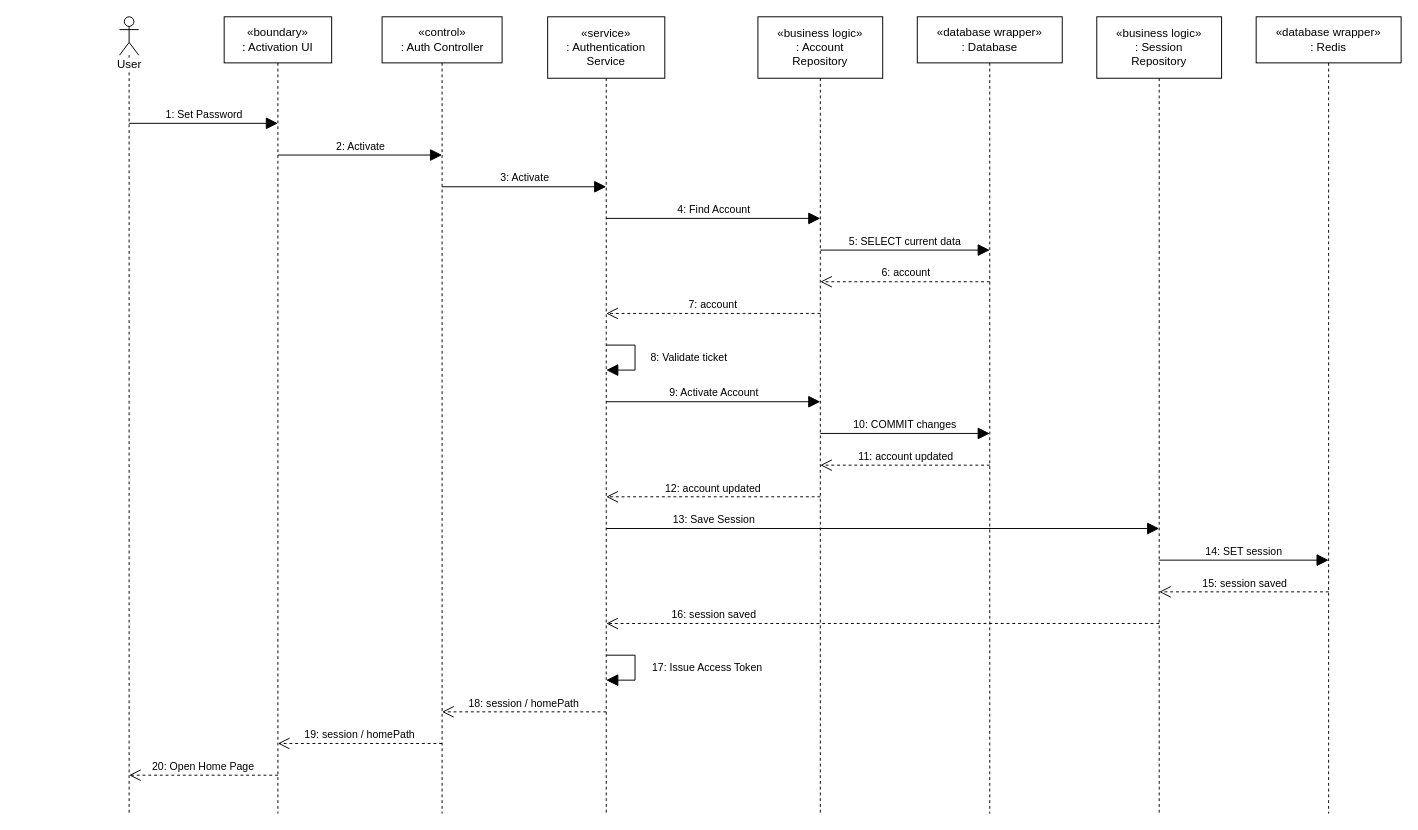
Earlier version of the draw.io diagram page "Activate Account" (1 of 10) of docs/sequence-diagrams.drawio (hygef-v4/AI-Powered-Learning-Platform). Source tidied: cells renumbered, new cells numbered last; positions are measured from the earlier drawing's top-left corner, leaving out a move shared by most shapes. Both pictures are drawn from the tidied source at 96%, with x=0, y=0 at pixel (119, 16).
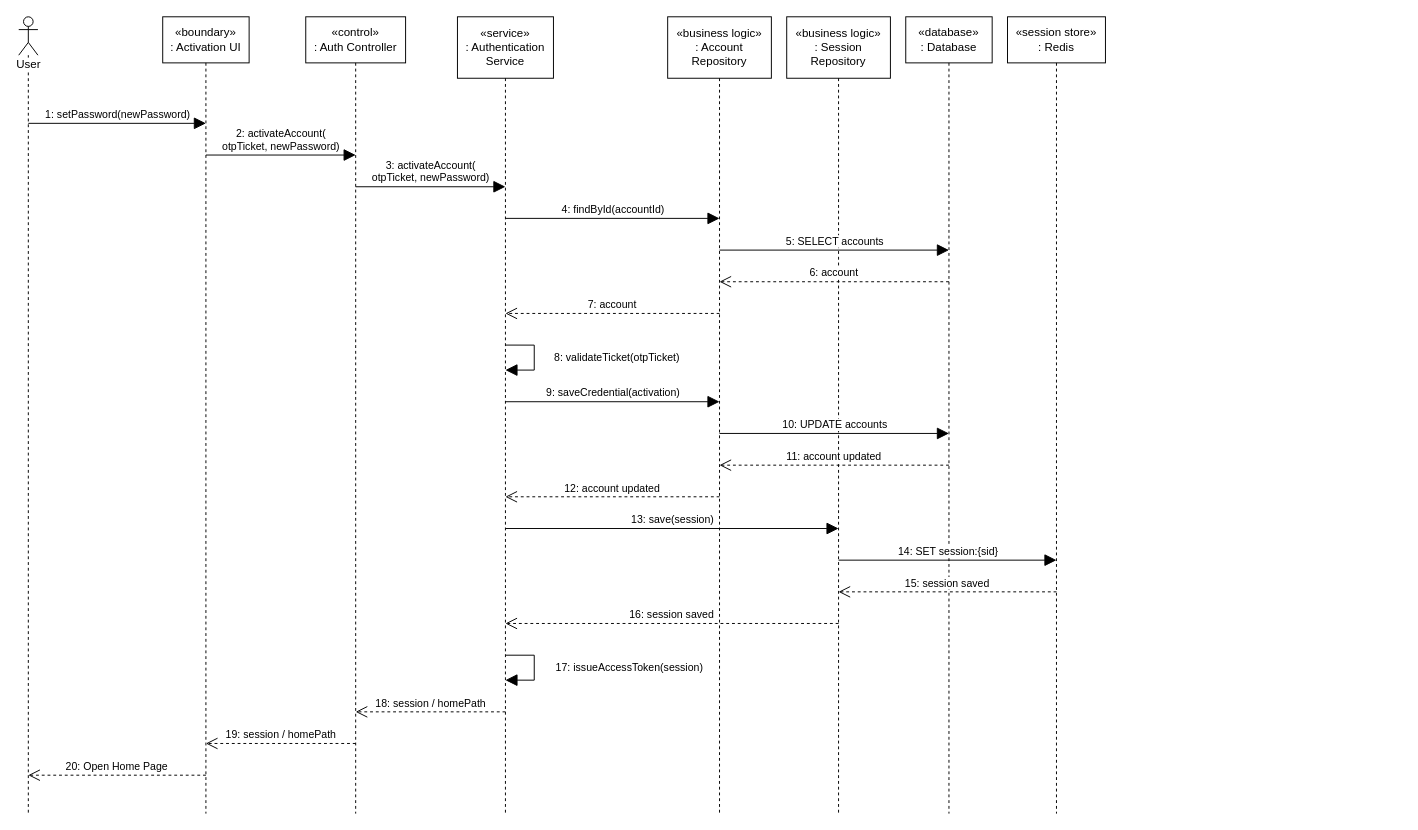
The same page after the edit.

Diff of the diagram source:
```diff
@@
     <mxCell id="2" value="User" style="shape=umlLifeline;participant=umlActor;perimeter=lifelinePerimeter;whiteSpace=nowrap;html=1;verticalAlign=top;spacingTop=36;outlineConnect=0;portConstraint=eastwest;labelBackgroundColor=#ffffff;size=40;fontColor=#000000;strokeColor=#000000;" parent="1" vertex="1">
-      <mxGeometry width="20" height="830" as="geometry" />
+      <mxGeometry x="-105" width="20" height="830" as="geometry" />
     </mxCell>
     <mxCell id="3" value="«boundary»&lt;br&gt;: Activation UI" style="shape=umlLifeline;perimeter=lifelinePerimeter;whiteSpace=wrap;html=1;outlineConnect=0;portConstraint=eastwest;size=48;fontColor=#000000;strokeColor=#000000;" parent="1" vertex="1">
-      <mxGeometry x="109" width="112" height="830" as="geometry" />
+      <mxGeometry x="45" width="90" height="830" as="geometry" />
     </mxCell>
     <mxCell id="4" value="«control»&lt;br&gt;: Auth Controller" style="shape=umlLifeline;perimeter=lifelinePerimeter;whiteSpace=wrap;html=1;outlineConnect=0;portConstraint=eastwest;size=48;fontColor=#000000;strokeColor=#000000;" parent="1" vertex="1">
-      <mxGeometry x="273.5" width="125" height="830" as="geometry" />
+      <mxGeometry x="194" width="104" height="830" as="geometry" />
     </mxCell>
     <mxCell id="5" value="«service»&lt;br&gt;: Authentication&lt;br&gt;Service" style="shape=umlLifeline;perimeter=lifelinePerimeter;whiteSpace=wrap;html=1;outlineConnect=0;portConstraint=eastwest;size=64;fontColor=#000000;strokeColor=#000000;" parent="1" vertex="1">
-      <mxGeometry x="446" width="122" height="830" as="geometry" />
+      <mxGeometry x="352" width="100" height="830" as="geometry" />
     </mxCell>
     <mxCell id="6" value="«business logic»&lt;br&gt;: Account&lt;br&gt;Repository" style="shape=umlLifeline;perimeter=lifelinePerimeter;whiteSpace=wrap;html=1;outlineConnect=0;portConstraint=eastwest;size=64;fontColor=#000000;strokeColor=#000000;" parent="1" vertex="1">
-      <mxGeometry x="665" width="130" height="830" as="geometry" />
+      <mxGeometry x="571" width="108" height="830" as="geometry" />
     </mxCell>
-    <mxCell id="7" value="«database wrapper»&lt;br&gt;: Database" style="shape=umlLifeline;perimeter=lifelinePerimeter;whiteSpace=wrap;html=1;outlineConnect=0;portConstraint=eastwest;size=48;fontColor=#000000;strokeColor=#000000;" parent="1" vertex="1">
-      <mxGeometry x="831" width="151" height="830" as="geometry" />
+    <mxCell id="7" value="«database»&lt;br&gt;: Database" style="shape=umlLifeline;perimeter=lifelinePerimeter;whiteSpace=wrap;html=1;outlineConnect=0;portConstraint=eastwest;size=48;fontColor=#000000;strokeColor=#000000;" parent="1" vertex="1">
+      <mxGeometry x="819" width="90" height="830" as="geometry" />
     </mxCell>
     <mxCell id="8" value="«business logic»&lt;br&gt;: Session&lt;br&gt;Repository" style="shape=umlLifeline;perimeter=lifelinePerimeter;whiteSpace=wrap;html=1;outlineConnect=0;portConstraint=eastwest;size=64;fontColor=#000000;strokeColor=#000000;" parent="1" vertex="1">
-      <mxGeometry x="1018" width="130" height="830" as="geometry" />
+      <mxGeometry x="695" width="108" height="830" as="geometry" />
     </mxCell>
-    <mxCell id="9" value="«database wrapper»&lt;br&gt;: Redis" style="shape=umlLifeline;perimeter=lifelinePerimeter;whiteSpace=wrap;html=1;outlineConnect=0;portConstraint=eastwest;size=48;fontColor=#000000;strokeColor=#000000;" parent="1" vertex="1">
-      <mxGeometry x="1184" width="151" height="830" as="geometry" />
+    <mxCell id="9" value="«session store»&lt;br&gt;: Redis" style="shape=umlLifeline;perimeter=lifelinePerimeter;whiteSpace=wrap;html=1;outlineConnect=0;portConstraint=eastwest;size=48;fontColor=#000000;strokeColor=#000000;" parent="1" vertex="1">
+      <mxGeometry x="925" width="102" height="830" as="geometry" />
     </mxCell>
-    <mxCell id="10" value="1: Set Password" style="html=1;rounded=0;fontSize=11;endSize=10;labelBackgroundColor=none;endArrow=block;endFill=1;verticalAlign=bottom;exitX=0.5;exitY=0.1337;exitDx=0;exitDy=0;exitPerimeter=0;entryX=0.5;entryY=0.1337;entryDx=0;entryDy=0;entryPerimeter=0;fontColor=#000000;strokeColor=#000000;" parent="1" edge="1" source="2" target="3">
+    <mxCell id="10" value="1: setPassword(newPassword)" style="html=1;rounded=0;fontSize=11;endSize=10;labelBackgroundColor=#FFFFFF;endArrow=block;endFill=1;verticalAlign=bottom;exitX=0.5;exitY=0.1337;exitDx=0;exitDy=0;exitPerimeter=0;entryX=0.5;entryY=0.1337;entryDx=0;entryDy=0;entryPerimeter=0;fontColor=#000000;strokeColor=#000000;" parent="1" edge="1" source="2" target="3">
       <mxGeometry relative="1" as="geometry" />
     </mxCell>
-    <mxCell id="11" value="2: Activate" style="html=1;rounded=0;fontSize=11;endSize=10;labelBackgroundColor=none;endArrow=block;endFill=1;verticalAlign=bottom;exitX=0.5;exitY=0.1735;exitDx=0;exitDy=0;exitPerimeter=0;entryX=0.5;entryY=0.1735;entryDx=0;entryDy=0;entryPerimeter=0;fontColor=#000000;strokeColor=#000000;" parent="1" edge="1" source="3" target="4">
+    <mxCell id="11" value="2: activateAccount(&lt;br&gt;otpTicket, newPassword)" style="html=1;rounded=0;fontSize=11;endSize=10;labelBackgroundColor=#FFFFFF;endArrow=block;endFill=1;verticalAlign=bottom;exitX=0.5;exitY=0.1735;exitDx=0;exitDy=0;exitPerimeter=0;entryX=0.5;entryY=0.1735;entryDx=0;entryDy=0;entryPerimeter=0;fontColor=#000000;strokeColor=#000000;" parent="1" edge="1" source="3" target="4">
       <mxGeometry relative="1" as="geometry" />
     </mxCell>
-    <mxCell id="12" value="3: Activate" style="html=1;rounded=0;fontSize=11;endSize=10;labelBackgroundColor=none;endArrow=block;endFill=1;verticalAlign=bottom;exitX=0.5;exitY=0.2133;exitDx=0;exitDy=0;exitPerimeter=0;entryX=0.5;entryY=0.2133;entryDx=0;entryDy=0;entryPerimeter=0;fontColor=#000000;strokeColor=#000000;" parent="1" edge="1" source="4" target="5">
+    <mxCell id="12" value="3: activateAccount(&lt;br&gt;otpTicket, newPassword)" style="html=1;rounded=0;fontSize=11;endSize=10;labelBackgroundColor=#FFFFFF;endArrow=block;endFill=1;verticalAlign=bottom;exitX=0.5;exitY=0.2133;exitDx=0;exitDy=0;exitPerimeter=0;entryX=0.5;entryY=0.2133;entryDx=0;entryDy=0;entryPerimeter=0;fontColor=#000000;strokeColor=#000000;" parent="1" edge="1" source="4" target="5">
       <mxGeometry relative="1" as="geometry" />
     </mxCell>
-    <mxCell id="13" value="4: Find Account" style="html=1;rounded=0;fontSize=11;endSize=10;labelBackgroundColor=none;endArrow=block;endFill=1;verticalAlign=bottom;exitX=0.5;exitY=0.253;exitDx=0;exitDy=0;exitPerimeter=0;entryX=0.5;entryY=0.253;entryDx=0;entryDy=0;entryPerimeter=0;fontColor=#000000;strokeColor=#000000;" parent="1" edge="1" source="5" target="6">
+    <mxCell id="13" value="4: findById(accountId)" style="html=1;rounded=0;fontSize=11;endSize=10;labelBackgroundColor=#FFFFFF;endArrow=block;endFill=1;verticalAlign=bottom;exitX=0.5;exitY=0.253;exitDx=0;exitDy=0;exitPerimeter=0;entryX=0.5;entryY=0.253;entryDx=0;entryDy=0;entryPerimeter=0;fontColor=#000000;strokeColor=#000000;" parent="1" edge="1" source="5" target="6">
       <mxGeometry relative="1" as="geometry" />
     </mxCell>
-    <mxCell id="14" value="5: SELECT current data" style="html=1;rounded=0;fontSize=11;endSize=10;labelBackgroundColor=none;endArrow=block;endFill=1;verticalAlign=bottom;exitX=0.5;exitY=0.2928;exitDx=0;exitDy=0;exitPerimeter=0;entryX=0.5;entryY=0.2928;entryDx=0;entryDy=0;entryPerimeter=0;fontColor=#000000;strokeColor=#000000;" parent="1" edge="1" source="6" target="7">
+    <mxCell id="14" value="5: SELECT accounts" style="html=1;rounded=0;fontSize=11;endSize=10;labelBackgroundColor=#FFFFFF;endArrow=block;endFill=1;verticalAlign=bottom;exitX=0.5;exitY=0.2928;exitDx=0;exitDy=0;exitPerimeter=0;entryX=0.5;entryY=0.2928;entryDx=0;entryDy=0;entryPerimeter=0;fontColor=#000000;strokeColor=#000000;" parent="1" edge="1" source="6" target="7">
       <mxGeometry relative="1" as="geometry" />
     </mxCell>
-    <mxCell id="15" value="6: account" style="html=1;rounded=0;fontSize=11;endSize=10;labelBackgroundColor=none;endArrow=open;endFill=0;dashed=1;verticalAlign=bottom;exitX=0.5;exitY=0.3325;exitDx=0;exitDy=0;exitPerimeter=0;entryX=0.5;entryY=0.3325;entryDx=0;entryDy=0;entryPerimeter=0;fontColor=#000000;strokeColor=#000000;" parent="1" edge="1" source="7" target="6">
+    <mxCell id="15" value="6: account" style="html=1;rounded=0;fontSize=11;endSize=10;labelBackgroundColor=#FFFFFF;endArrow=open;endFill=0;dashed=1;verticalAlign=bottom;exitX=0.5;exitY=0.3325;exitDx=0;exitDy=0;exitPerimeter=0;entryX=0.5;entryY=0.3325;entryDx=0;entryDy=0;entryPerimeter=0;fontColor=#000000;strokeColor=#000000;" parent="1" edge="1" source="7" target="6">
       <mxGeometry relative="1" as="geometry" />
     </mxCell>
-    <mxCell id="16" value="7: account" style="html=1;rounded=0;fontSize=11;endSize=10;labelBackgroundColor=none;endArrow=open;endFill=0;dashed=1;verticalAlign=bottom;exitX=0.5;exitY=0.3723;exitDx=0;exitDy=0;exitPerimeter=0;entryX=0.5;entryY=0.3723;entryDx=0;entryDy=0;entryPerimeter=0;fontColor=#000000;strokeColor=#000000;" parent="1" edge="1" source="6" target="5">
+    <mxCell id="16" value="7: account" style="html=1;rounded=0;fontSize=11;endSize=10;labelBackgroundColor=#FFFFFF;endArrow=open;endFill=0;dashed=1;verticalAlign=bottom;exitX=0.5;exitY=0.3723;exitDx=0;exitDy=0;exitPerimeter=0;entryX=0.5;entryY=0.3723;entryDx=0;entryDy=0;entryPerimeter=0;fontColor=#000000;strokeColor=#000000;" parent="1" edge="1" source="6" target="5">
       <mxGeometry relative="1" as="geometry" />
     </mxCell>
-    <mxCell id="17" value="8: Validate ticket" style="html=1;rounded=0;fontSize=11;endSize=10;labelBackgroundColor=none;endArrow=block;endFill=1;verticalAlign=middle;align=center;exitX=0.5;exitY=0.412;exitDx=0;exitDy=0;exitPerimeter=0;entryX=0.5;entryY=0.4434;entryDx=0;entryDy=0;entryPerimeter=0;fontColor=#000000;strokeColor=#000000;" parent="1" edge="1" source="5" target="5">
+    <mxCell id="17" value="8: validateTicket(otpTicket)" style="html=1;rounded=0;fontSize=11;endSize=10;labelBackgroundColor=#FFFFFF;endArrow=block;endFill=1;verticalAlign=middle;align=center;exitX=0.5;exitY=0.412;exitDx=0;exitDy=0;exitPerimeter=0;entryX=0.5;entryY=0.4434;entryDx=0;entryDy=0;entryPerimeter=0;fontColor=#000000;strokeColor=#000000;" parent="1" edge="1" source="5" target="5">
       <mxGeometry relative="1" as="geometry">
         <Array as="points">
-          <mxPoint x="537" y="342" />
-          <mxPoint x="537" y="368" />
+          <mxPoint x="432" y="342" />
+          <mxPoint x="432" y="368" />
         </Array>
-        <mxPoint x="56" as="offset" />
+        <mxPoint x="86" as="offset" />
       </mxGeometry>
     </mxCell>
-    <mxCell id="18" value="9: Activate Account" style="html=1;rounded=0;fontSize=11;endSize=10;labelBackgroundColor=none;endArrow=block;endFill=1;verticalAlign=bottom;exitX=0.5;exitY=0.4831;exitDx=0;exitDy=0;exitPerimeter=0;entryX=0.5;entryY=0.4831;entryDx=0;entryDy=0;entryPerimeter=0;fontColor=#000000;strokeColor=#000000;" parent="1" edge="1" source="5" target="6">
+    <mxCell id="18" value="9: saveCredential(activation)" style="html=1;rounded=0;fontSize=11;endSize=10;labelBackgroundColor=#FFFFFF;endArrow=block;endFill=1;verticalAlign=bottom;exitX=0.5;exitY=0.4831;exitDx=0;exitDy=0;exitPerimeter=0;entryX=0.5;entryY=0.4831;entryDx=0;entryDy=0;entryPerimeter=0;fontColor=#000000;strokeColor=#000000;" parent="1" edge="1" source="5" target="6">
       <mxGeometry relative="1" as="geometry" />
     </mxCell>
-    <mxCell id="19" value="10: COMMIT changes" style="html=1;rounded=0;fontSize=11;endSize=10;labelBackgroundColor=none;endArrow=block;endFill=1;verticalAlign=bottom;exitX=0.5;exitY=0.5229;exitDx=0;exitDy=0;exitPerimeter=0;entryX=0.5;entryY=0.5229;entryDx=0;entryDy=0;entryPerimeter=0;fontColor=#000000;strokeColor=#000000;" parent="1" edge="1" source="6" target="7">
+    <mxCell id="19" value="10: UPDATE accounts" style="html=1;rounded=0;fontSize=11;endSize=10;labelBackgroundColor=#FFFFFF;endArrow=block;endFill=1;verticalAlign=bottom;exitX=0.5;exitY=0.5229;exitDx=0;exitDy=0;exitPerimeter=0;entryX=0.5;entryY=0.5229;entryDx=0;entryDy=0;entryPerimeter=0;fontColor=#000000;strokeColor=#000000;" parent="1" edge="1" source="6" target="7">
       <mxGeometry relative="1" as="geometry" />
     </mxCell>
-    <mxCell id="20" value="11: account updated" style="html=1;rounded=0;fontSize=11;endSize=10;labelBackgroundColor=none;endArrow=open;endFill=0;dashed=1;verticalAlign=bottom;exitX=0.5;exitY=0.5627;exitDx=0;exitDy=0;exitPerimeter=0;entryX=0.5;entryY=0.5627;entryDx=0;entryDy=0;entryPerimeter=0;fontColor=#000000;strokeColor=#000000;" parent="1" edge="1" source="7" target="6">
+    <mxCell id="20" value="11: account updated" style="html=1;rounded=0;fontSize=11;endSize=10;labelBackgroundColor=#FFFFFF;endArrow=open;endFill=0;dashed=1;verticalAlign=bottom;exitX=0.5;exitY=0.5627;exitDx=0;exitDy=0;exitPerimeter=0;entryX=0.5;entryY=0.5627;entryDx=0;entryDy=0;entryPerimeter=0;fontColor=#000000;strokeColor=#000000;" parent="1" edge="1" source="7" target="6">
       <mxGeometry relative="1" as="geometry" />
     </mxCell>
-    <mxCell id="21" value="12: account updated" style="html=1;rounded=0;fontSize=11;endSize=10;labelBackgroundColor=none;endArrow=open;endFill=0;dashed=1;verticalAlign=bottom;exitX=0.5;exitY=0.6024;exitDx=0;exitDy=0;exitPerimeter=0;entryX=0.5;entryY=0.6024;entryDx=0;entryDy=0;entryPerimeter=0;fontColor=#000000;strokeColor=#000000;" parent="1" edge="1" source="6" target="5">
+    <mxCell id="21" value="12: account updated" style="html=1;rounded=0;fontSize=11;endSize=10;labelBackgroundColor=#FFFFFF;endArrow=open;endFill=0;dashed=1;verticalAlign=bottom;exitX=0.5;exitY=0.6024;exitDx=0;exitDy=0;exitPerimeter=0;entryX=0.5;entryY=0.6024;entryDx=0;entryDy=0;entryPerimeter=0;fontColor=#000000;strokeColor=#000000;" parent="1" edge="1" source="6" target="5">
       <mxGeometry relative="1" as="geometry" />
     </mxCell>
-    <mxCell id="22" value="13: Save Session" style="html=1;rounded=0;fontSize=11;endSize=10;labelBackgroundColor=none;endArrow=block;endFill=1;verticalAlign=bottom;exitX=0.5;exitY=0.6422;exitDx=0;exitDy=0;exitPerimeter=0;entryX=0.5;entryY=0.6422;entryDx=0;entryDy=0;entryPerimeter=0;fontColor=#000000;strokeColor=#000000;" parent="1" edge="1" source="5" target="8">
-      <mxGeometry x="-0.61" relative="1" as="geometry" />
+    <mxCell id="22" value="13: save(session)" style="html=1;rounded=0;fontSize=11;endSize=10;labelBackgroundColor=#FFFFFF;endArrow=block;endFill=1;verticalAlign=bottom;exitX=0.5;exitY=0.6422;exitDx=0;exitDy=0;exitPerimeter=0;entryX=0.5;entryY=0.6422;entryDx=0;entryDy=0;entryPerimeter=0;fontColor=#000000;strokeColor=#000000;" parent="1" edge="1" source="5" target="8">
+      <mxGeometry relative="1" as="geometry" />
     </mxCell>
-    <mxCell id="23" value="14: SET session" style="html=1;rounded=0;fontSize=11;endSize=10;labelBackgroundColor=none;endArrow=block;endFill=1;verticalAlign=bottom;exitX=0.5;exitY=0.6819;exitDx=0;exitDy=0;exitPerimeter=0;entryX=0.5;entryY=0.6819;entryDx=0;entryDy=0;entryPerimeter=0;fontColor=#000000;strokeColor=#000000;" parent="1" edge="1" source="8" target="9">
+    <mxCell id="23" value="14: SET session:{sid}" style="html=1;rounded=0;fontSize=11;endSize=10;labelBackgroundColor=#FFFFFF;endArrow=block;endFill=1;verticalAlign=bottom;exitX=0.5;exitY=0.6819;exitDx=0;exitDy=0;exitPerimeter=0;entryX=0.5;entryY=0.6819;entryDx=0;entryDy=0;entryPerimeter=0;fontColor=#000000;strokeColor=#000000;" parent="1" edge="1" source="8" target="9">
       <mxGeometry relative="1" as="geometry" />
     </mxCell>
-    <mxCell id="24" value="15: session saved" style="html=1;rounded=0;fontSize=11;endSize=10;labelBackgroundColor=none;endArrow=open;endFill=0;dashed=1;verticalAlign=bottom;exitX=0.5;exitY=0.7217;exitDx=0;exitDy=0;exitPerimeter=0;entryX=0.5;entryY=0.7217;entryDx=0;entryDy=0;entryPerimeter=0;fontColor=#000000;strokeColor=#000000;" parent="1" edge="1" source="9" target="8">
+    <mxCell id="24" value="15: session saved" style="html=1;rounded=0;fontSize=11;endSize=10;labelBackgroundColor=#FFFFFF;endArrow=open;endFill=0;dashed=1;verticalAlign=bottom;exitX=0.5;exitY=0.7217;exitDx=0;exitDy=0;exitPerimeter=0;entryX=0.5;entryY=0.7217;entryDx=0;entryDy=0;entryPerimeter=0;fontColor=#000000;strokeColor=#000000;" parent="1" edge="1" source="9" target="8">
       <mxGeometry relative="1" as="geometry" />
     </mxCell>
-    <mxCell id="25" value="16: session saved" style="html=1;rounded=0;fontSize=11;endSize=10;labelBackgroundColor=none;endArrow=open;endFill=0;dashed=1;verticalAlign=bottom;exitX=0.5;exitY=0.7614;exitDx=0;exitDy=0;exitPerimeter=0;entryX=0.5;entryY=0.7614;entryDx=0;entryDy=0;entryPerimeter=0;fontColor=#000000;strokeColor=#000000;" parent="1" edge="1" source="8" target="5">
-      <mxGeometry x="0.61" relative="1" as="geometry" />
+    <mxCell id="25" value="16: session saved" style="html=1;rounded=0;fontSize=11;endSize=10;labelBackgroundColor=#FFFFFF;endArrow=open;endFill=0;dashed=1;verticalAlign=bottom;exitX=0.5;exitY=0.7614;exitDx=0;exitDy=0;exitPerimeter=0;entryX=0.5;entryY=0.7614;entryDx=0;entryDy=0;entryPerimeter=0;fontColor=#000000;strokeColor=#000000;" parent="1" edge="1" source="8" target="5">
+      <mxGeometry relative="1" as="geometry" />
     </mxCell>
-    <mxCell id="26" value="17: Issue Access Token" style="html=1;rounded=0;fontSize=11;endSize=10;labelBackgroundColor=none;endArrow=block;endFill=1;verticalAlign=middle;align=center;exitX=0.5;exitY=0.8012;exitDx=0;exitDy=0;exitPerimeter=0;entryX=0.5;entryY=0.8325;entryDx=0;entryDy=0;entryPerimeter=0;fontColor=#000000;strokeColor=#000000;" parent="1" edge="1" source="5" target="5">
+    <mxCell id="26" value="17: issueAccessToken(session)" style="html=1;rounded=0;fontSize=11;endSize=10;labelBackgroundColor=#FFFFFF;endArrow=block;endFill=1;verticalAlign=middle;align=center;exitX=0.5;exitY=0.8012;exitDx=0;exitDy=0;exitPerimeter=0;entryX=0.5;entryY=0.8325;entryDx=0;entryDy=0;entryPerimeter=0;fontColor=#000000;strokeColor=#000000;" parent="1" edge="1" source="5" target="5">
       <mxGeometry relative="1" as="geometry">
         <Array as="points">
-          <mxPoint x="537" y="665" />
-          <mxPoint x="537" y="691" />
+          <mxPoint x="432" y="665" />
+          <mxPoint x="432" y="691" />
         </Array>
-        <mxPoint x="74.5" as="offset" />
+        <mxPoint x="99" as="offset" />
       </mxGeometry>
     </mxCell>
-    <mxCell id="27" value="18: session / homePath" style="html=1;rounded=0;fontSize=11;endSize=10;labelBackgroundColor=none;endArrow=open;endFill=0;dashed=1;verticalAlign=bottom;exitX=0.5;exitY=0.8723;exitDx=0;exitDy=0;exitPerimeter=0;entryX=0.5;entryY=0.8723;entryDx=0;entryDy=0;entryPerimeter=0;fontColor=#000000;strokeColor=#000000;" parent="1" edge="1" source="5" target="4">
+    <mxCell id="27" value="18: session / homePath" style="html=1;rounded=0;fontSize=11;endSize=10;labelBackgroundColor=#FFFFFF;endArrow=open;endFill=0;dashed=1;verticalAlign=bottom;exitX=0.5;exitY=0.8723;exitDx=0;exitDy=0;exitPerimeter=0;entryX=0.5;entryY=0.8723;entryDx=0;entryDy=0;entryPerimeter=0;fontColor=#000000;strokeColor=#000000;" parent="1" edge="1" source="5" target="4">
       <mxGeometry relative="1" as="geometry" />
     </mxCell>
-    <mxCell id="28" value="19: session / homePath" style="html=1;rounded=0;fontSize=11;endSize=10;labelBackgroundColor=none;endArrow=open;endFill=0;dashed=1;verticalAlign=bottom;exitX=0.5;exitY=0.912;exitDx=0;exitDy=0;exitPerimeter=0;entryX=0.5;entryY=0.912;entryDx=0;entryDy=0;entryPerimeter=0;fontColor=#000000;strokeColor=#000000;" parent="1" edge="1" source="4" target="3">
+    <mxCell id="28" value="19: session / homePath" style="html=1;rounded=0;fontSize=11;endSize=10;labelBackgroundColor=#FFFFFF;endArrow=open;endFill=0;dashed=1;verticalAlign=bottom;exitX=0.5;exitY=0.912;exitDx=0;exitDy=0;exitPerimeter=0;entryX=0.5;entryY=0.912;entryDx=0;entryDy=0;entryPerimeter=0;fontColor=#000000;strokeColor=#000000;" parent="1" edge="1" source="4" target="3">
       <mxGeometry relative="1" as="geometry" />
     </mxCell>
-    <mxCell id="29" value="20: Open Home Page" style="html=1;rounded=0;fontSize=11;endSize=10;labelBackgroundColor=none;endArrow=open;endFill=0;dashed=1;verticalAlign=bottom;exitX=0.5;exitY=0.9518;exitDx=0;exitDy=0;exitPerimeter=0;entryX=0.5;entryY=0.9518;entryDx=0;entryDy=0;entryPerimeter=0;fontColor=#000000;strokeColor=#000000;" parent="1" edge="1" source="3" target="2">
+    <mxCell id="29" value="20: Open Home Page" style="html=1;rounded=0;fontSize=11;endSize=10;labelBackgroundColor=#FFFFFF;endArrow=open;endFill=0;dashed=1;verticalAlign=bottom;exitX=0.5;exitY=0.9518;exitDx=0;exitDy=0;exitPerimeter=0;entryX=0.5;entryY=0.9518;entryDx=0;entryDy=0;entryPerimeter=0;fontColor=#000000;strokeColor=#000000;" parent="1" edge="1" source="3" target="2">
       <mxGeometry relative="1" as="geometry" />
     </mxCell>
```
